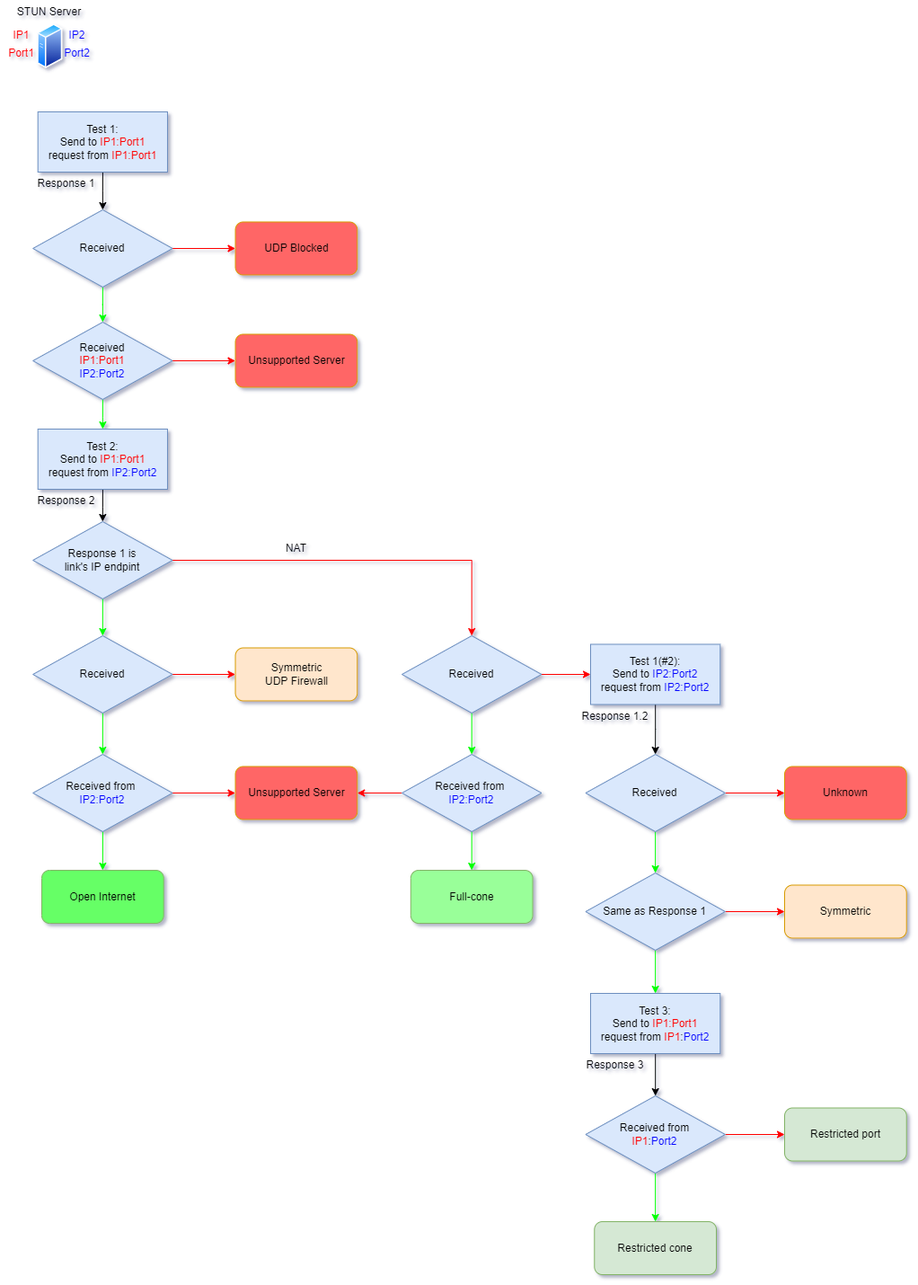
HMBSbige/NatTypeTester keeps this draw.io diagram as pic/RFC3489.png. Above is the earlier version. Source tidied: cells renumbered, new cells last; positions are measured from the earlier drawing's top-left corner, leaving out a move shared by most shapes.
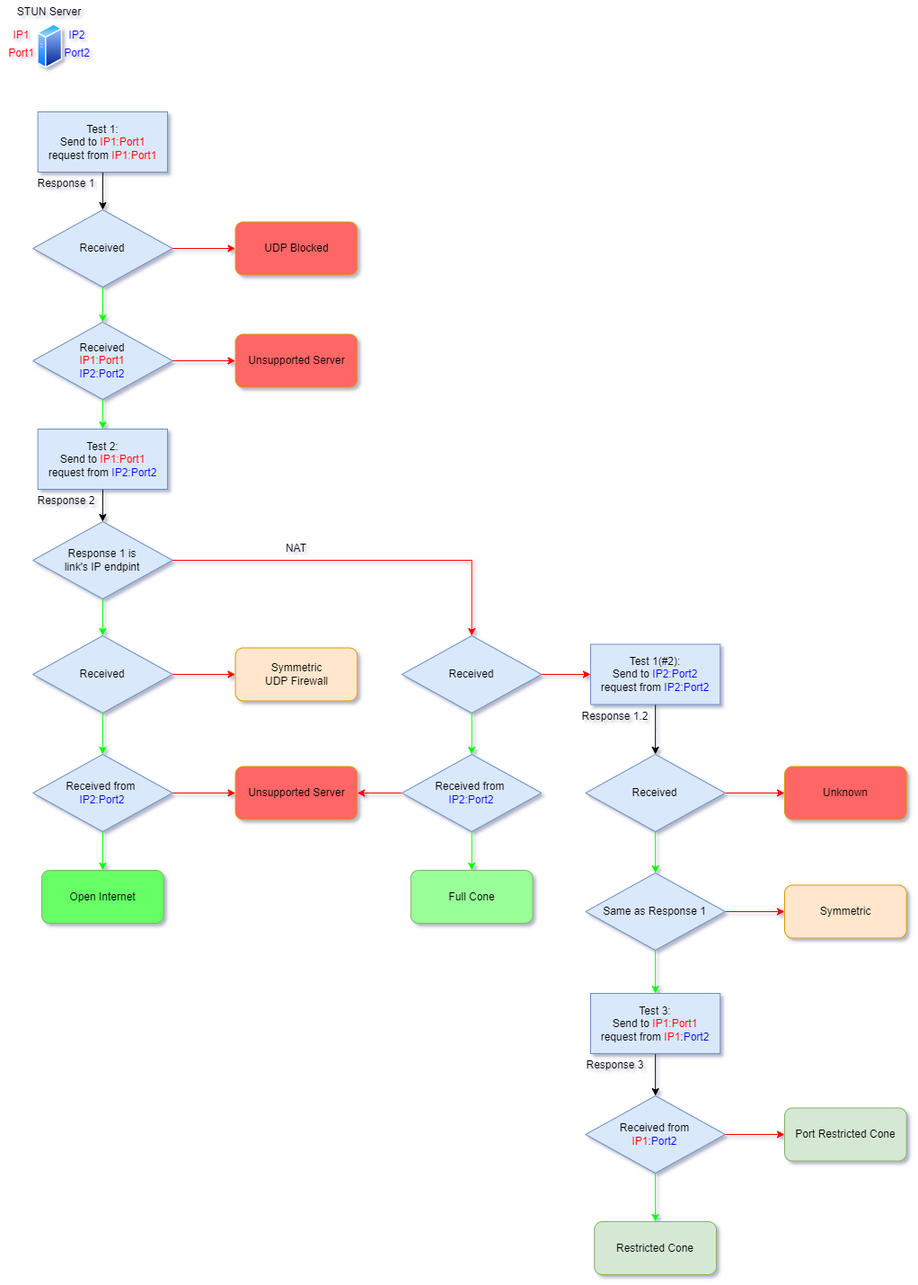
The same diagram one commit later.

What changed in the source:
```diff
@@ -107,7 +107,7 @@
     <mxCell id="36" value="Received" style="rhombus;whiteSpace=wrap;html=1;fillColor=#dae8fc;strokeColor=#6c8ebf;rounded=0;labelBackgroundColor=none;fillStyle=auto;" parent="1" vertex="1">
       <mxGeometry x="447" y="707" width="155.4" height="86" as="geometry" />
     </mxCell>
-    <mxCell id="37" value="Full-cone" style="rounded=1;whiteSpace=wrap;html=1;labelBackgroundColor=none;fillStyle=auto;fontFamily=Helvetica;fillColor=#99FF99;strokeColor=#82b366;" parent="1" vertex="1">
+    <mxCell id="37" value="Full Cone" style="rounded=1;whiteSpace=wrap;html=1;labelBackgroundColor=none;fillStyle=auto;fontFamily=Helvetica;fillColor=#99FF99;strokeColor=#82b366;" parent="1" vertex="1">
       <mxGeometry x="456.8" y="968" width="135.7" height="59" as="geometry" />
     </mxCell>
     <mxCell id="38" style="edgeStyle=orthogonalEdgeStyle;rounded=0;jettySize=auto;html=1;entryX=0.5;entryY=0;entryDx=0;entryDy=0;fontFamily=Helvetica;fontColor=#000000;strokeColor=#000000;" parent="1" edge="1" source="39" target="42">
@@ -161,10 +161,10 @@
     <mxCell id="54" value="Received from&lt;br&gt;&lt;span style=&quot;color: rgb(255, 0, 0);&quot;&gt;IP1&lt;/span&gt;:&lt;span style=&quot;color: rgb(0, 0, 255);&quot;&gt;Port2&lt;/span&gt;" style="rhombus;whiteSpace=wrap;html=1;fillColor=#dae8fc;strokeColor=#6c8ebf;rounded=0;labelBackgroundColor=none;fillStyle=auto;" parent="1" vertex="1">
       <mxGeometry x="651.5" y="1219" width="155.4" height="86" as="geometry" />
     </mxCell>
-    <mxCell id="55" value="Restricted port" style="rounded=1;whiteSpace=wrap;html=1;labelBackgroundColor=none;fillStyle=auto;fontFamily=Helvetica;fillColor=#d5e8d4;strokeColor=#82b366;" parent="1" vertex="1">
+    <mxCell id="55" value="Port Restricted Cone" style="rounded=1;whiteSpace=wrap;html=1;labelBackgroundColor=none;fillStyle=auto;fontFamily=Helvetica;fillColor=#d5e8d4;strokeColor=#82b366;" parent="1" vertex="1">
       <mxGeometry x="873" y="1232.5" width="135.7" height="59" as="geometry" />
     </mxCell>
-    <mxCell id="56" value="Restricted cone" style="rounded=1;whiteSpace=wrap;html=1;labelBackgroundColor=none;fillStyle=auto;fontFamily=Helvetica;fillColor=#d5e8d4;strokeColor=#82b366;" parent="1" vertex="1">
+    <mxCell id="56" value="Restricted Cone" style="rounded=1;whiteSpace=wrap;html=1;labelBackgroundColor=none;fillStyle=auto;fontFamily=Helvetica;fillColor=#d5e8d4;strokeColor=#82b366;" parent="1" vertex="1">
       <mxGeometry x="661.3" y="1359" width="135.7" height="59" as="geometry" />
     </mxCell>
     <mxCell id="57" value="Response 3" style="text;html=1;align=center;verticalAlign=middle;strokeColor=none;fillColor=none;fontFamily=Helvetica;fontColor=#000000;" parent="1" vertex="1">
```
